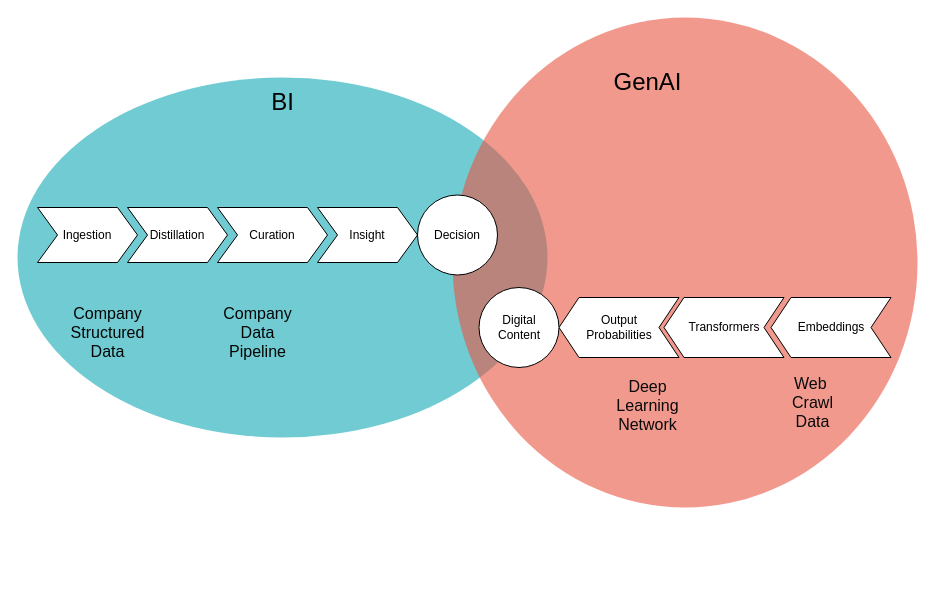
Before: bi-genai-merge.drawio in emmanuellim/bi-genai-merger, a draw.io diagram. Source tidied: cells renumbered, new cells numbered last; positions are measured from the earlier drawing's top-left corner, leaving out a move shared by most shapes. Both pictures are drawn from the tidied source at 100%, with x=0, y=0 at pixel (17, 17).
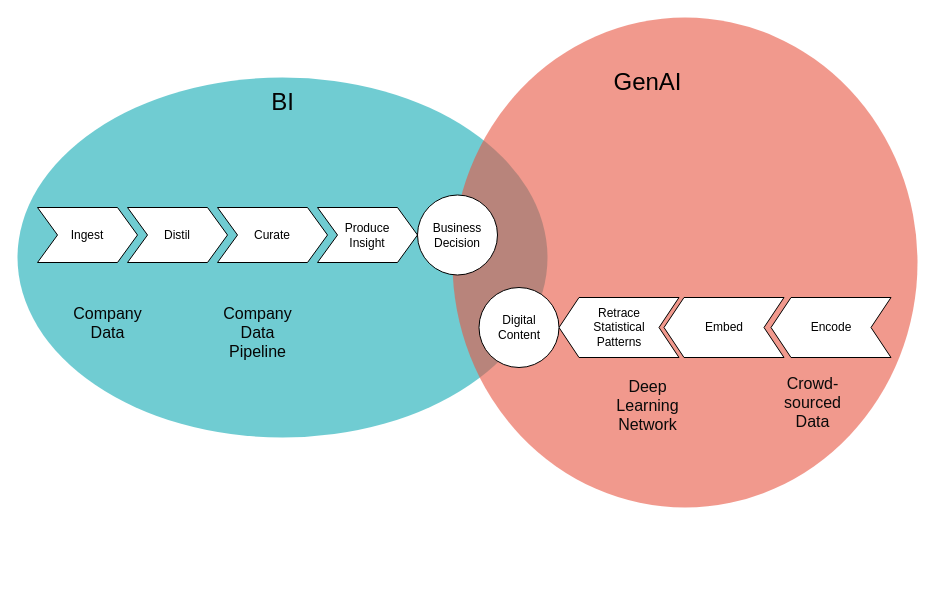
The same page after the edit.

Commit message:
Update dln pipeline

The edit, as a diff of the source:
```diff
@@
-    <mxCell id="7" value="Web&amp;nbsp;&lt;div&gt;Crawl&lt;/div&gt;&lt;div&gt;Data&lt;/div&gt;" style="text;align=center;html=1;fontColor=#0a0a0a;fontSize=16;" parent="1" vertex="1">
+    <mxCell id="7" value="Crowd-&lt;div&gt;sourced&lt;div&gt;Data&lt;/div&gt;&lt;/div&gt;" style="text;align=center;html=1;fontColor=#0a0a0a;fontSize=16;" parent="1" vertex="1">
       <mxGeometry x="725" y="350" width="140" height="40" as="geometry" />
     </mxCell>
-    <mxCell id="8" value="Company&lt;div&gt;Structured&lt;/div&gt;&lt;div&gt;Data&lt;/div&gt;" style="text;align=center;html=1;fontColor=#050505;fontSize=16;" parent="1" vertex="1">
+    <mxCell id="8" value="Company&lt;div&gt;Data&lt;/div&gt;" style="text;align=center;html=1;fontColor=#050505;fontSize=16;" parent="1" vertex="1">
       <mxGeometry x="70" y="280" width="40" height="40" as="geometry" />
     </mxCell>
-    <mxCell id="9" value="Ingestion" style="shape=step;perimeter=stepPerimeter;whiteSpace=wrap;html=1;fixedSize=1;" parent="1" vertex="1">
+    <mxCell id="9" value="Ingest" style="shape=step;perimeter=stepPerimeter;whiteSpace=wrap;html=1;fixedSize=1;" parent="1" vertex="1">
       <mxGeometry x="20" y="190" width="100" height="55" as="geometry" />
     </mxCell>
-    <mxCell id="10" value="Distillation" style="shape=step;perimeter=stepPerimeter;whiteSpace=wrap;html=1;fixedSize=1;" parent="1" vertex="1">
+    <mxCell id="10" value="Distil" style="shape=step;perimeter=stepPerimeter;whiteSpace=wrap;html=1;fixedSize=1;" parent="1" vertex="1">
       <mxGeometry x="110" y="190" width="100" height="55" as="geometry" />
     </mxCell>
-    <mxCell id="11" value="Curation" style="shape=step;perimeter=stepPerimeter;whiteSpace=wrap;html=1;fixedSize=1;" parent="1" vertex="1">
+    <mxCell id="11" value="Curate" style="shape=step;perimeter=stepPerimeter;whiteSpace=wrap;html=1;fixedSize=1;" parent="1" vertex="1">
       <mxGeometry x="200" y="190" width="110" height="55" as="geometry" />
     </mxCell>
-    <mxCell id="12" value="Insight" style="shape=step;perimeter=stepPerimeter;whiteSpace=wrap;html=1;fixedSize=1;" parent="1" vertex="1">
+    <mxCell id="12" value="Produce&lt;div&gt;Insight&lt;/div&gt;" style="shape=step;perimeter=stepPerimeter;whiteSpace=wrap;html=1;fixedSize=1;" parent="1" vertex="1">
       <mxGeometry x="300" y="190" width="100" height="55" as="geometry" />
     </mxCell>
-    <mxCell id="13" value="Decision" style="ellipse;whiteSpace=wrap;html=1;" parent="1" vertex="1">
+    <mxCell id="13" value="Business&lt;div&gt;Decision&lt;/div&gt;" style="ellipse;whiteSpace=wrap;html=1;" parent="1" vertex="1">
       <mxGeometry x="400" y="177.5" width="80" height="80" as="geometry" />
     </mxCell>
-    <mxCell id="14" value="Embeddings" style="shape=step;perimeter=stepPerimeter;whiteSpace=wrap;html=1;fixedSize=1;rotation=0;direction=west;" parent="1" vertex="1">
+    <mxCell id="14" value="Encode" style="shape=step;perimeter=stepPerimeter;whiteSpace=wrap;html=1;fixedSize=1;rotation=0;direction=west;" parent="1" vertex="1">
       <mxGeometry x="753.5" y="280" width="120" height="60" as="geometry" />
     </mxCell>
-    <mxCell id="15" value="Transformers" style="shape=step;perimeter=stepPerimeter;whiteSpace=wrap;html=1;fixedSize=1;rotation=0;direction=west;" parent="1" vertex="1">
+    <mxCell id="15" value="Embed" style="shape=step;perimeter=stepPerimeter;whiteSpace=wrap;html=1;fixedSize=1;rotation=0;direction=west;" parent="1" vertex="1">
       <mxGeometry x="646.5" y="280" width="120" height="60" as="geometry" />
     </mxCell>
-    <mxCell id="16" value="Output&lt;div&gt;Probabilities&lt;/div&gt;" style="shape=step;perimeter=stepPerimeter;whiteSpace=wrap;html=1;fixedSize=1;rotation=0;direction=west;" parent="1" vertex="1">
+    <mxCell id="16" value="Retrace&lt;div&gt;Statistical&lt;/div&gt;&lt;div&gt;Patterns&lt;/div&gt;" style="shape=step;perimeter=stepPerimeter;whiteSpace=wrap;html=1;fixedSize=1;rotation=0;direction=west;" parent="1" vertex="1">
       <mxGeometry x="541.5" y="280" width="120" height="60" as="geometry" />
     </mxCell>
```
